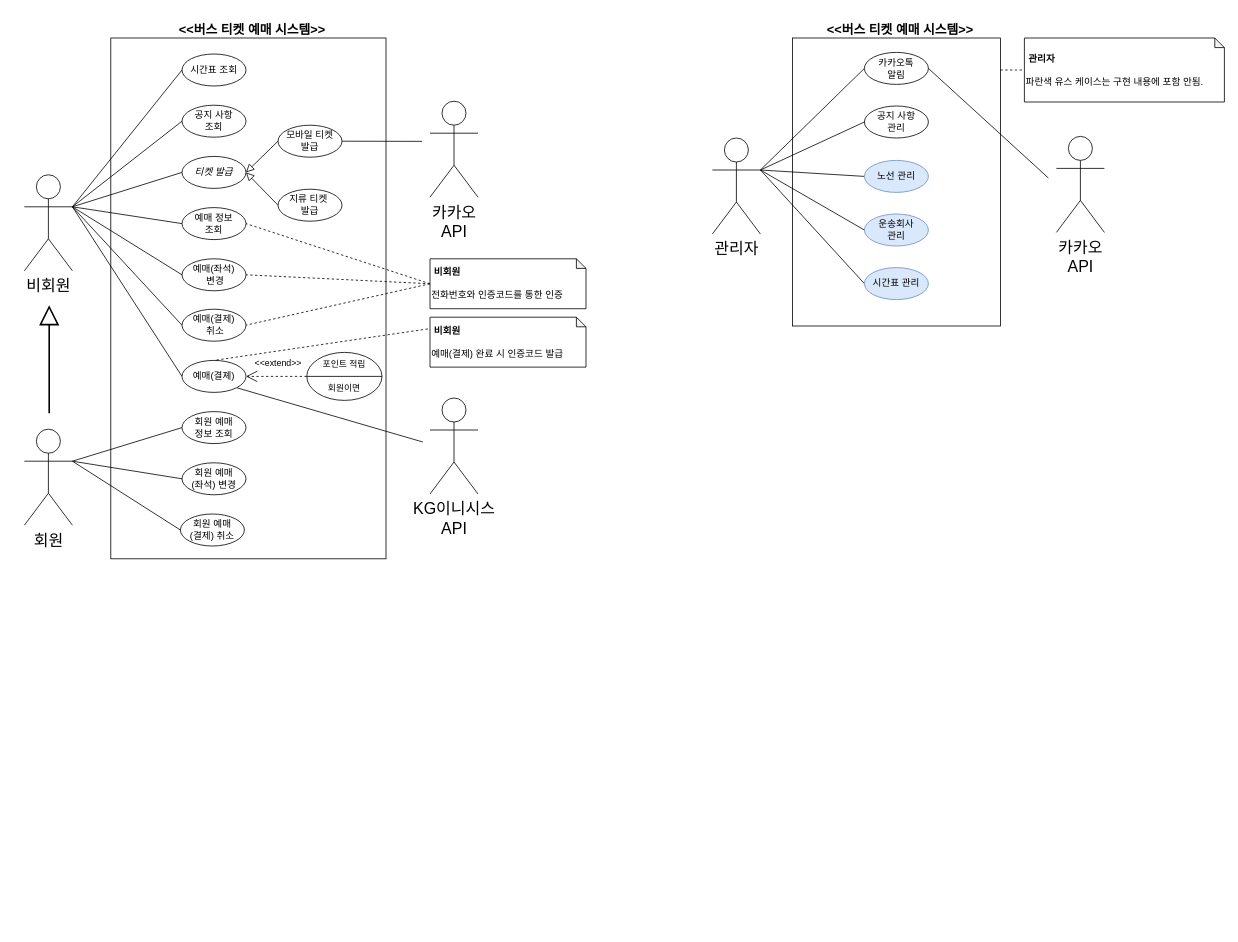
The draw.io diagram UseCase.drawio in SHIN-HANBEEN/MetanetFinal, before the edit. Source tidied: cells renumbered, new cells numbered last; positions are measured from the earlier drawing's top-left corner, leaving out a move shared by most shapes. Both pictures are drawn from the tidied source at 80%, with x=0, y=0 at pixel (24, 14).
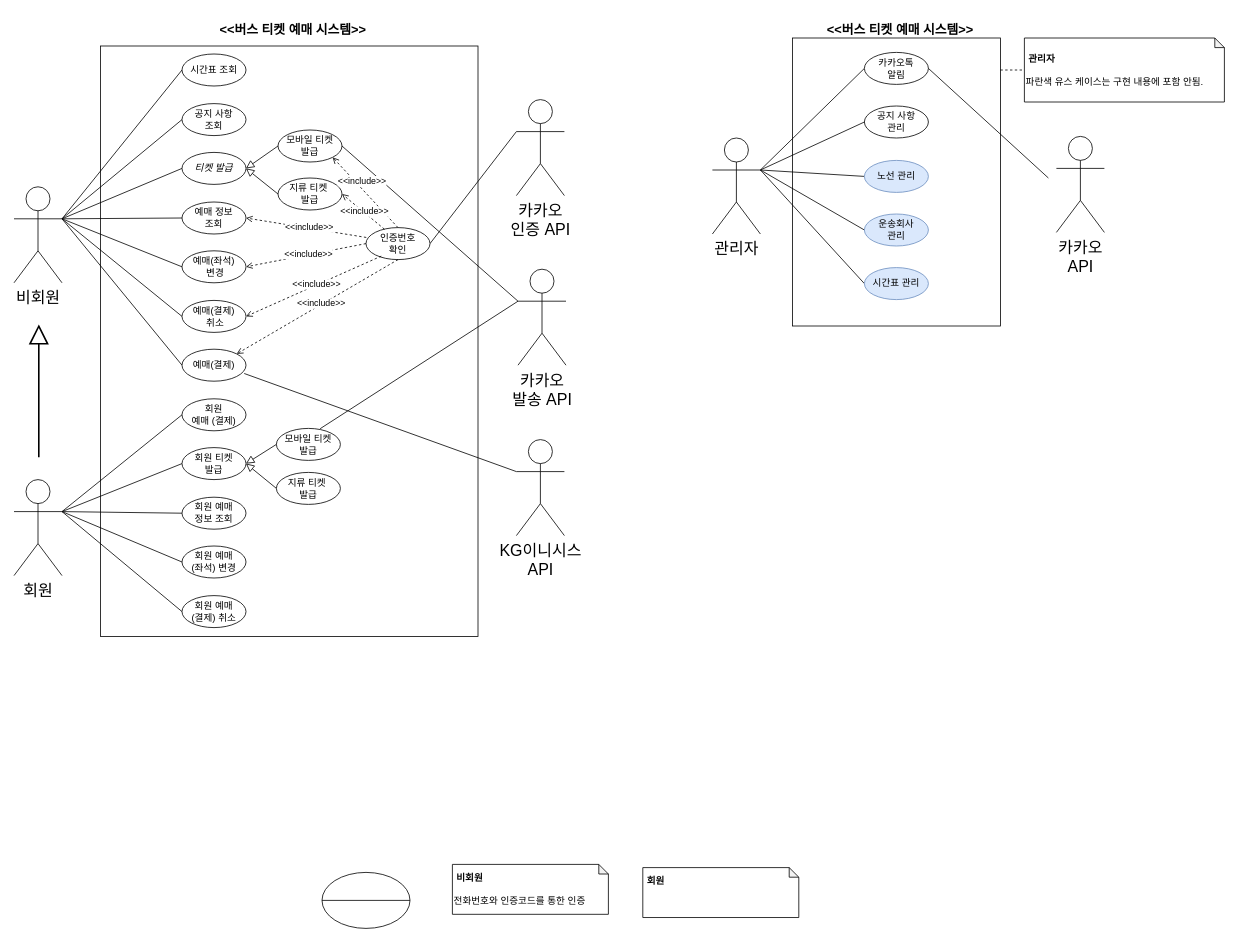
After the change.

Change to the diagram source:
```diff
@@
     <mxCell id="3" style="rounded=0;whiteSpace=wrap;html=1;fontFamily=Helvetica;fontSize=11;fontColor=default;" parent="1" vertex="1">
-      <mxGeometry x="108" y="30" width="344" height="651" as="geometry" />
+      <mxGeometry x="95" y="40" width="472" height="738" as="geometry" />
     </mxCell>
@@
     <mxCell id="11" value="&lt;font style=&quot;font-size: 20px;&quot;&gt;비회원&lt;/font&gt;" style="shape=umlActor;verticalLabelPosition=bottom;verticalAlign=top;html=1;outlineConnect=0;" parent="1" vertex="1">
-      <mxGeometry y="201" width="60" height="120" as="geometry" />
+      <mxGeometry x="-13" y="216" width="60" height="120" as="geometry" />
     </mxCell>
-    <mxCell id="12" style="edgeStyle=none;shape=connector;rounded=0;jettySize=auto;html=1;exitX=1;exitY=1;exitDx=0;exitDy=0;labelBackgroundColor=default;strokeColor=default;align=center;verticalAlign=middle;fontFamily=Helvetica;fontSize=11;fontColor=default;endArrow=none;endFill=0;" parent="1" edge="1" source="13">
-      <mxGeometry relative="1" as="geometry">
-        <mxPoint x="498" y="535" as="targetPoint" />
-      </mxGeometry>
+    <mxCell id="12" style="edgeStyle=none;shape=connector;rounded=0;jettySize=auto;html=1;exitX=0.972;exitY=0.759;exitDx=0;exitDy=0;labelBackgroundColor=default;strokeColor=default;align=center;verticalAlign=middle;fontFamily=Helvetica;fontSize=11;fontColor=default;endArrow=none;endFill=0;exitPerimeter=0;entryX=0;entryY=0.3333333333333333;entryDx=0;entryDy=0;entryPerimeter=0;" parent="1" edge="1" source="13" target="51">
+      <mxGeometry relative="1" as="geometry" />
     </mxCell>
-    <mxCell id="13" value="예매(결졔)" style="ellipse;whiteSpace=wrap;html=1;" parent="1" vertex="1">
-      <mxGeometry x="197" y="433" width="80" height="40" as="geometry" />
+    <mxCell id="13" value="예매(결제)" style="ellipse;whiteSpace=wrap;html=1;" parent="1" vertex="1">
+      <mxGeometry x="197" y="419" width="80" height="40" as="geometry" />
     </mxCell>
@@
+    <mxCell id="63" style="edgeStyle=none;shape=connector;rounded=0;jettySize=auto;html=1;exitX=1;exitY=0.3333333333333333;exitDx=0;exitDy=0;exitPerimeter=0;entryX=0;entryY=0.5;entryDx=0;entryDy=0;labelBackgroundColor=default;strokeColor=default;align=center;verticalAlign=middle;fontFamily=Helvetica;fontSize=11;fontColor=default;endArrow=none;endFill=0;" parent="1" edge="1" source="17" target="65">
+      <mxGeometry relative="1" as="geometry" />
+    </mxCell>
+    <mxCell id="64" style="edgeStyle=none;shape=connector;rounded=0;jettySize=auto;html=1;exitX=1;exitY=0.3333333333333333;exitDx=0;exitDy=0;exitPerimeter=0;entryX=0;entryY=0.5;entryDx=0;entryDy=0;labelBackgroundColor=default;strokeColor=default;align=center;verticalAlign=middle;fontFamily=Helvetica;fontSize=11;fontColor=default;endArrow=none;endFill=0;" parent="1" edge="1" source="17" target="75">
+      <mxGeometry relative="1" as="geometry" />
+    </mxCell>
     <mxCell id="17" value="&lt;font style=&quot;font-size: 20px;&quot;&gt;회원&lt;/font&gt;" style="shape=umlActor;verticalLabelPosition=bottom;verticalAlign=top;html=1;outlineConnect=0;" parent="1" vertex="1">
-      <mxGeometry y="519" width="60" height="120" as="geometry" />
+      <mxGeometry x="-13" y="582" width="60" height="120" as="geometry" />
     </mxCell>
@@
     <mxCell id="24" value="예매 정보&lt;br&gt;조회" style="ellipse;whiteSpace=wrap;html=1;" parent="1" vertex="1">
-      <mxGeometry x="197" y="242" width="80" height="40" as="geometry" />
+      <mxGeometry x="197" y="235" width="80" height="40" as="geometry" />
     </mxCell>
     <mxCell id="25" value="예매(결제)&lt;br&gt;&amp;nbsp;취소" style="ellipse;whiteSpace=wrap;html=1;" parent="1" vertex="1">
-      <mxGeometry x="197" y="369" width="80" height="40" as="geometry" />
+      <mxGeometry x="197" y="358" width="80" height="40" as="geometry" />
     </mxCell>
@@
     <mxCell id="28" value="예매(좌석)&lt;br&gt;&amp;nbsp;변경" style="ellipse;whiteSpace=wrap;html=1;" parent="1" vertex="1">
-      <mxGeometry x="197" y="306" width="80" height="40" as="geometry" />
+      <mxGeometry x="197" y="296" width="80" height="40" as="geometry" />
     </mxCell>
     <mxCell id="29" value="공지 사항&lt;br&gt;조회" style="ellipse;whiteSpace=wrap;html=1;" parent="1" vertex="1">
-      <mxGeometry x="197" y="114" width="80" height="40" as="geometry" />
+      <mxGeometry x="197" y="112" width="80" height="40" as="geometry" />
     </mxCell>
@@
     <mxCell id="35" style="endArrow=block;html=1;rounded=0;labelBackgroundColor=default;strokeColor=default;align=center;verticalAlign=middle;fontFamily=Helvetica;fontSize=11;fontColor=default;shape=connector;endFill=0;targetPerimeterSpacing=0;endSize=20;strokeWidth=2;" parent="1" edge="1">
       <mxGeometry relative="1" as="geometry">
-        <mxPoint x="31" y="499" as="sourcePoint" />
-        <mxPoint x="31" y="364" as="targetPoint" />
+        <mxPoint x="18" y="554" as="sourcePoint" />
+        <mxPoint x="18" y="388" as="targetPoint" />
       </mxGeometry>
     </mxCell>
     <mxCell id="36" value="&lt;i&gt;티켓 발급&lt;/i&gt;" style="ellipse;whiteSpace=wrap;html=1;" parent="1" vertex="1">
-      <mxGeometry x="197" y="178" width="80" height="40" as="geometry" />
+      <mxGeometry x="197" y="173" width="80" height="40" as="geometry" />
     </mxCell>
-    <mxCell id="37" style="edgeStyle=none;shape=connector;rounded=0;jettySize=auto;html=1;exitX=1;exitY=0.5;exitDx=0;exitDy=0;labelBackgroundColor=default;strokeColor=default;align=center;verticalAlign=middle;fontFamily=Helvetica;fontSize=11;fontColor=default;endArrow=none;endFill=0;" parent="1" edge="1" source="38">
-      <mxGeometry relative="1" as="geometry">
-        <mxPoint x="497" y="159.2" as="targetPoint" />
-      </mxGeometry>
+    <mxCell id="37" style="edgeStyle=none;shape=connector;rounded=0;jettySize=auto;html=1;exitX=1;exitY=0.5;exitDx=0;exitDy=0;labelBackgroundColor=default;strokeColor=default;align=center;verticalAlign=middle;fontFamily=Helvetica;fontSize=11;fontColor=default;endArrow=none;endFill=0;entryX=0;entryY=0.3333333333333333;entryDx=0;entryDy=0;entryPerimeter=0;" parent="1" edge="1" source="38" target="82">
+      <mxGeometry relative="1" as="geometry" />
     </mxCell>
     <mxCell id="38" value="모바일 티켓&lt;br&gt;발급" style="ellipse;whiteSpace=wrap;html=1;" parent="1" vertex="1">
-      <mxGeometry x="317" y="139" width="80" height="40" as="geometry" />
+      <mxGeometry x="317" y="145" width="80" height="40" as="geometry" />
     </mxCell>
@@
     <mxCell id="40" value="지류 티켓&amp;nbsp;&lt;br&gt;발급" style="ellipse;whiteSpace=wrap;html=1;" parent="1" vertex="1">
-      <mxGeometry x="317" y="219" width="80" height="40" as="geometry" />
+      <mxGeometry x="317" y="205" width="80" height="40" as="geometry" />
     </mxCell>
@@
     <mxCell id="43" value="&lt;font style=&quot;font-size: 16px;&quot;&gt;&lt;b&gt;&amp;lt;&amp;lt;버스 티켓 예매 시스템&amp;gt;&amp;gt;&lt;/b&gt;&lt;/font&gt;" style="text;html=1;strokeColor=none;fillColor=none;align=center;verticalAlign=middle;whiteSpace=wrap;rounded=0;fontSize=11;fontFamily=Helvetica;fontColor=default;" parent="1" vertex="1">
-      <mxGeometry x="145" width="280" height="37.5" as="geometry" />
+      <mxGeometry x="196" width="280" height="37.5" as="geometry" />
     </mxCell>
@@
     <mxCell id="45" value="회원 예매&lt;br&gt;(결제) 취소" style="ellipse;whiteSpace=wrap;html=1;" parent="1" vertex="1">
-      <mxGeometry x="195" y="625" width="80" height="40" as="geometry" />
+      <mxGeometry x="197" y="727" width="80" height="40" as="geometry" />
     </mxCell>
     <mxCell id="46" value="회원 예매&lt;br&gt;(좌석) 변경" style="ellipse;whiteSpace=wrap;html=1;" parent="1" vertex="1">
-      <mxGeometry x="197" y="561" width="80" height="40" as="geometry" />
+      <mxGeometry x="197" y="665" width="80" height="40" as="geometry" />
     </mxCell>
     <mxCell id="47" value="회원 예매 &lt;br&gt;정보 조회" style="ellipse;whiteSpace=wrap;html=1;" parent="1" vertex="1">
-      <mxGeometry x="197" y="497" width="80" height="40" as="geometry" />
+      <mxGeometry x="197" y="604" width="80" height="40" as="geometry" />
     </mxCell>
@@
-    <mxCell id="50" value="&lt;span style=&quot;font-size: 20px;&quot;&gt;카카오&lt;br&gt;API&lt;br&gt;&lt;/span&gt;" style="shape=umlActor;verticalLabelPosition=bottom;verticalAlign=top;html=1;outlineConnect=0;" parent="1" vertex="1">
-      <mxGeometry x="507" y="109" width="60" height="120" as="geometry" />
+    <mxCell id="50" value="&lt;span style=&quot;font-size: 20px;&quot;&gt;카카오&lt;br&gt;인증 API&lt;br&gt;&lt;/span&gt;" style="shape=umlActor;verticalLabelPosition=bottom;verticalAlign=top;html=1;outlineConnect=0;" parent="1" vertex="1">
+      <mxGeometry x="615" y="107" width="60" height="120" as="geometry" />
     </mxCell>
     <mxCell id="51" value="&lt;span style=&quot;font-size: 20px;&quot;&gt;KG이니시스&lt;br&gt;API&lt;br&gt;&lt;/span&gt;" style="shape=umlActor;verticalLabelPosition=bottom;verticalAlign=top;html=1;outlineConnect=0;" parent="1" vertex="1">
-      <mxGeometry x="507" y="480" width="60" height="120" as="geometry" />
+      <mxGeometry x="615" y="532" width="60" height="120" as="geometry" />
     </mxCell>
-    <mxCell id="52" style="group;" parent="1" vertex="1">
-      <mxGeometry x="353" y="423" width="94" height="60" as="geometry" />
-    </mxCell>
-    <mxCell id="53" style="shape=lineEllipse;perimeter=ellipsePerimeter;whiteSpace=wrap;html=1;backgroundOutline=1;fontFamily=Helvetica;fontSize=11;fontColor=default;" parent="52" vertex="1">
-      <mxGeometry width="94" height="60" as="geometry" />
-    </mxCell>
-    <mxCell id="54" value="회원이면" style="text;html=1;strokeColor=none;fillColor=none;align=center;verticalAlign=middle;whiteSpace=wrap;rounded=0;fontSize=11;fontFamily=Helvetica;fontColor=default;" parent="52" vertex="1">
-      <mxGeometry x="17" y="30" width="60" height="30" as="geometry" />
-    </mxCell>
-    <mxCell id="55" value="포인트 적립" style="text;html=1;strokeColor=none;fillColor=none;align=center;verticalAlign=middle;whiteSpace=wrap;rounded=0;fontSize=11;fontFamily=Helvetica;fontColor=default;" parent="52" vertex="1">
-      <mxGeometry x="10" width="74" height="30" as="geometry" />
-    </mxCell>
-    <mxCell id="56" value="&amp;lt;&amp;lt;extend&amp;gt;&amp;gt;" style="endArrow=open;endSize=12;dashed=1;html=1;rounded=0;labelBackgroundColor=default;strokeColor=default;align=center;verticalAlign=middle;fontFamily=Helvetica;fontSize=11;fontColor=default;shape=connector;entryX=1;entryY=0.5;entryDx=0;entryDy=0;exitX=0;exitY=0.5;exitDx=0;exitDy=0;" parent="1" edge="1" source="53" target="13">
-      <mxGeometry x="-0.04" y="-17" relative="1" as="geometry" />
-    </mxCell>
     <mxCell id="57" value="&lt;p style=&quot;line-height: 150%;&quot;&gt;&lt;/p&gt;&lt;div style=&quot;line-height: 140%;&quot;&gt;&lt;/div&gt;&lt;b&gt;&amp;nbsp;비회원&lt;/b&gt;&lt;br&gt;&lt;br&gt;전화번호와 인증코드를 통한 인증&lt;p&gt;&lt;/p&gt;" style="shape=note;whiteSpace=wrap;html=1;backgroundOutline=1;darkOpacity=0.05;size=12;align=left;" parent="1" vertex="1">
-      <mxGeometry x="507" y="306" width="195" height="62.4" as="geometry" />
+      <mxGeometry x="535" y="1063" width="195" height="62.4" as="geometry" />
     </mxCell>
-    <mxCell id="58" style="endArrow=none;dashed=1;html=1;rounded=0;labelBackgroundColor=default;strokeColor=default;align=center;verticalAlign=middle;fontFamily=Helvetica;fontSize=11;fontColor=default;shape=connector;entryX=1;entryY=0.5;entryDx=0;entryDy=0;exitX=0;exitY=0.5;exitDx=0;exitDy=0;exitPerimeter=0;" parent="1" edge="1" source="57" target="24">
-      <mxGeometry relative="1" as="geometry" />
-    </mxCell>
-    <mxCell id="59" style="endArrow=none;dashed=1;html=1;rounded=0;labelBackgroundColor=default;strokeColor=default;align=center;verticalAlign=middle;fontFamily=Helvetica;fontSize=11;fontColor=default;shape=connector;entryX=1;entryY=0.5;entryDx=0;entryDy=0;exitX=0;exitY=0.5;exitDx=0;exitDy=0;exitPerimeter=0;" parent="1" edge="1" source="57" target="25">
-      <mxGeometry relative="1" as="geometry" />
-    </mxCell>
-    <mxCell id="60" style="endArrow=none;dashed=1;html=1;rounded=0;labelBackgroundColor=default;strokeColor=default;align=center;verticalAlign=middle;fontFamily=Helvetica;fontSize=11;fontColor=default;shape=connector;entryX=1;entryY=0.5;entryDx=0;entryDy=0;exitX=0;exitY=0.5;exitDx=0;exitDy=0;exitPerimeter=0;" parent="1" edge="1" source="57" target="28">
-      <mxGeometry relative="1" as="geometry" />
-    </mxCell>
-    <mxCell id="61" value="&lt;p style=&quot;line-height: 150%;&quot;&gt;&lt;/p&gt;&lt;div style=&quot;line-height: 140%;&quot;&gt;&lt;/div&gt;&lt;b&gt;&amp;nbsp;비회원&lt;/b&gt;&lt;br&gt;&lt;br&gt;예매(결제) 완료 시 인증코드 발급&lt;br&gt;&lt;p&gt;&lt;/p&gt;" style="shape=note;whiteSpace=wrap;html=1;backgroundOutline=1;darkOpacity=0.05;size=12;align=left;" parent="1" vertex="1">
-      <mxGeometry x="507" y="379" width="195" height="62.4" as="geometry" />
+    <mxCell id="61" value="&lt;p style=&quot;line-height: 150%;&quot;&gt;&lt;/p&gt;&lt;div style=&quot;line-height: 140%;&quot;&gt;&lt;/div&gt;&lt;b&gt;&amp;nbsp;회원&lt;/b&gt;&lt;br&gt;&lt;br&gt;&lt;br&gt;&lt;p&gt;&lt;/p&gt;" style="shape=note;whiteSpace=wrap;html=1;backgroundOutline=1;darkOpacity=0.05;size=12;align=left;" parent="1" vertex="1">
+      <mxGeometry x="773" y="1067" width="195" height="62.4" as="geometry" />
     </mxCell>
-    <mxCell id="62" style="endArrow=none;dashed=1;html=1;rounded=0;labelBackgroundColor=default;strokeColor=default;align=center;verticalAlign=middle;fontFamily=Helvetica;fontSize=11;fontColor=default;shape=connector;entryX=0.5;entryY=0;entryDx=0;entryDy=0;exitX=-0.014;exitY=0.235;exitDx=0;exitDy=0;exitPerimeter=0;" parent="1" edge="1" source="61" target="13">
-      <mxGeometry relative="1" as="geometry" />
-    </mxCell>
+    <mxCell id="65" value="회원 &lt;br&gt;예매 (결제)" style="ellipse;whiteSpace=wrap;html=1;" parent="1" vertex="1">
+      <mxGeometry x="197" y="481" width="80" height="40" as="geometry" />
+    </mxCell>
+    <mxCell id="66" value="&amp;lt;&amp;lt;include&amp;gt;&amp;gt;" style="edgeStyle=none;shape=connector;rounded=0;jettySize=auto;html=1;exitX=0.5;exitY=0;exitDx=0;exitDy=0;entryX=1;entryY=1;entryDx=0;entryDy=0;labelBackgroundColor=default;strokeColor=default;align=center;verticalAlign=middle;fontFamily=Helvetica;fontSize=11;fontColor=default;endArrow=open;endFill=0;dashed=1;" parent="1" edge="1" source="68" target="38">
+      <mxGeometry x="0.22" y="-7" relative="1" as="geometry" />
+    </mxCell>
+    <mxCell id="67" style="edgeStyle=none;shape=connector;rounded=0;jettySize=auto;html=1;exitX=1;exitY=0.5;exitDx=0;exitDy=0;labelBackgroundColor=default;strokeColor=default;align=center;verticalAlign=middle;fontFamily=Helvetica;fontSize=11;fontColor=default;endArrow=none;endFill=0;entryX=0;entryY=0.3333333333333333;entryDx=0;entryDy=0;entryPerimeter=0;" parent="1" edge="1" source="68" target="50">
+      <mxGeometry relative="1" as="geometry" />
+    </mxCell>
+    <mxCell id="68" value="인증번호&lt;br&gt;확인" style="ellipse;whiteSpace=wrap;html=1;" parent="1" vertex="1">
+      <mxGeometry x="427" y="267" width="80" height="40" as="geometry" />
+    </mxCell>
+    <mxCell id="69" style="edgeStyle=none;shape=connector;rounded=0;orthogonalLoop=1;jettySize=auto;html=1;exitX=0.5;exitY=0;exitDx=0;exitDy=0;labelBackgroundColor=default;strokeColor=default;align=center;verticalAlign=middle;fontFamily=Helvetica;fontSize=11;fontColor=default;endArrow=none;endFill=0;" parent="1" edge="1" source="68" target="68">
+      <mxGeometry relative="1" as="geometry" />
+    </mxCell>
+    <mxCell id="70" value="&amp;lt;&amp;lt;include&amp;gt;&amp;gt;" style="edgeStyle=none;shape=connector;rounded=0;jettySize=auto;html=1;exitX=0.288;exitY=0.05;exitDx=0;exitDy=0;entryX=1;entryY=0.5;entryDx=0;entryDy=0;labelBackgroundColor=default;strokeColor=default;align=center;verticalAlign=middle;fontFamily=Helvetica;fontSize=11;fontColor=default;endArrow=open;endFill=0;dashed=1;exitPerimeter=0;" parent="1" edge="1" source="68" target="40">
+      <mxGeometry x="-0.05" y="-1" relative="1" as="geometry" />
+    </mxCell>
+    <mxCell id="71" value="&amp;lt;&amp;lt;include&amp;gt;&amp;gt;" style="edgeStyle=none;shape=connector;rounded=0;jettySize=auto;html=1;exitX=0.004;exitY=0.308;exitDx=0;exitDy=0;entryX=1;entryY=0.5;entryDx=0;entryDy=0;labelBackgroundColor=default;strokeColor=default;align=center;verticalAlign=middle;fontFamily=Helvetica;fontSize=11;fontColor=default;endArrow=open;endFill=0;dashed=1;exitPerimeter=0;" parent="1" edge="1" source="68" target="24">
+      <mxGeometry x="-0.05" y="-1" relative="1" as="geometry" />
+    </mxCell>
+    <mxCell id="72" value="&amp;lt;&amp;lt;include&amp;gt;&amp;gt;" style="edgeStyle=none;shape=connector;rounded=0;jettySize=auto;html=1;exitX=0;exitY=0.5;exitDx=0;exitDy=0;entryX=1;entryY=0.5;entryDx=0;entryDy=0;labelBackgroundColor=default;strokeColor=default;align=center;verticalAlign=middle;fontFamily=Helvetica;fontSize=11;fontColor=default;endArrow=open;endFill=0;dashed=1;" parent="1" edge="1" source="68" target="28">
+      <mxGeometry x="-0.05" y="-1" relative="1" as="geometry" />
+    </mxCell>
+    <mxCell id="73" value="&amp;lt;&amp;lt;include&amp;gt;&amp;gt;" style="edgeStyle=none;shape=connector;rounded=0;jettySize=auto;html=1;exitX=0.238;exitY=0.892;exitDx=0;exitDy=0;entryX=1;entryY=0.5;entryDx=0;entryDy=0;labelBackgroundColor=default;strokeColor=default;align=center;verticalAlign=middle;fontFamily=Helvetica;fontSize=11;fontColor=default;endArrow=open;endFill=0;dashed=1;exitPerimeter=0;" parent="1" edge="1" source="68" target="25">
+      <mxGeometry x="-0.05" y="-1" relative="1" as="geometry" />
+    </mxCell>
+    <mxCell id="74" style="shape=lineEllipse;perimeter=ellipsePerimeter;whiteSpace=wrap;html=1;backgroundOutline=1;fontFamily=Helvetica;fontSize=11;fontColor=default;" parent="1" vertex="1">
+      <mxGeometry x="372" y="1073" width="110" height="70" as="geometry" />
+    </mxCell>
+    <mxCell id="75" value="회원 티켓 &lt;br&gt;발급" style="ellipse;whiteSpace=wrap;html=1;" parent="1" vertex="1">
+      <mxGeometry x="197" y="542" width="80" height="40" as="geometry" />
+    </mxCell>
+    <mxCell id="76" style="edgeStyle=none;shape=connector;rounded=0;jettySize=auto;html=1;exitX=0.683;exitY=0.01;exitDx=0;exitDy=0;labelBackgroundColor=default;strokeColor=default;align=center;verticalAlign=middle;fontFamily=Helvetica;fontSize=11;fontColor=default;endArrow=none;endFill=0;exitPerimeter=0;entryX=0;entryY=0.3333333333333333;entryDx=0;entryDy=0;entryPerimeter=0;" parent="1" edge="1" source="77" target="82">
+      <mxGeometry relative="1" as="geometry" />
+    </mxCell>
+    <mxCell id="77" value="모바일 티켓&lt;br&gt;발급" style="ellipse;whiteSpace=wrap;html=1;" parent="1" vertex="1">
+      <mxGeometry x="315" y="518" width="80" height="40" as="geometry" />
+    </mxCell>
+    <mxCell id="78" style="edgeStyle=none;shape=connector;rounded=0;jettySize=auto;html=1;exitX=0;exitY=0.5;exitDx=0;exitDy=0;labelBackgroundColor=default;strokeColor=default;align=center;verticalAlign=middle;fontFamily=Helvetica;fontSize=11;fontColor=default;endArrow=block;endFill=0;startArrow=none;startFill=0;strokeWidth=1;endSize=8;entryX=1;entryY=0.5;entryDx=0;entryDy=0;" parent="1" edge="1" source="79" target="75">
+      <mxGeometry relative="1" as="geometry" />
+    </mxCell>
+    <mxCell id="79" value="지류 티켓&amp;nbsp;&lt;br&gt;발급" style="ellipse;whiteSpace=wrap;html=1;" parent="1" vertex="1">
+      <mxGeometry x="315" y="573" width="80" height="40" as="geometry" />
+    </mxCell>
+    <mxCell id="80" style="endArrow=block;html=1;rounded=0;labelBackgroundColor=default;strokeColor=default;align=center;verticalAlign=middle;fontFamily=Helvetica;fontSize=11;fontColor=default;shape=connector;exitX=0;exitY=0.5;exitDx=0;exitDy=0;endFill=0;endSize=8;entryX=1;entryY=0.5;entryDx=0;entryDy=0;" parent="1" edge="1" source="77" target="75">
+      <mxGeometry relative="1" as="geometry" />
+    </mxCell>
+    <mxCell id="81" value="&amp;lt;&amp;lt;include&amp;gt;&amp;gt;" style="edgeStyle=none;shape=connector;rounded=0;jettySize=auto;html=1;exitX=0.5;exitY=1;exitDx=0;exitDy=0;entryX=1;entryY=0;entryDx=0;entryDy=0;labelBackgroundColor=default;strokeColor=default;align=center;verticalAlign=middle;fontFamily=Helvetica;fontSize=11;fontColor=default;endArrow=open;endFill=0;dashed=1;" parent="1" edge="1" source="68" target="13">
+      <mxGeometry x="-0.05" y="-1" relative="1" as="geometry" />
+    </mxCell>
+    <mxCell id="82" value="&lt;span style=&quot;font-size: 20px;&quot;&gt;카카오&lt;br&gt;발송 API&lt;br&gt;&lt;/span&gt;" style="shape=umlActor;verticalLabelPosition=bottom;verticalAlign=top;html=1;outlineConnect=0;" parent="1" vertex="1">
+      <mxGeometry x="617" y="319" width="60" height="120" as="geometry" />
+    </mxCell>
```
